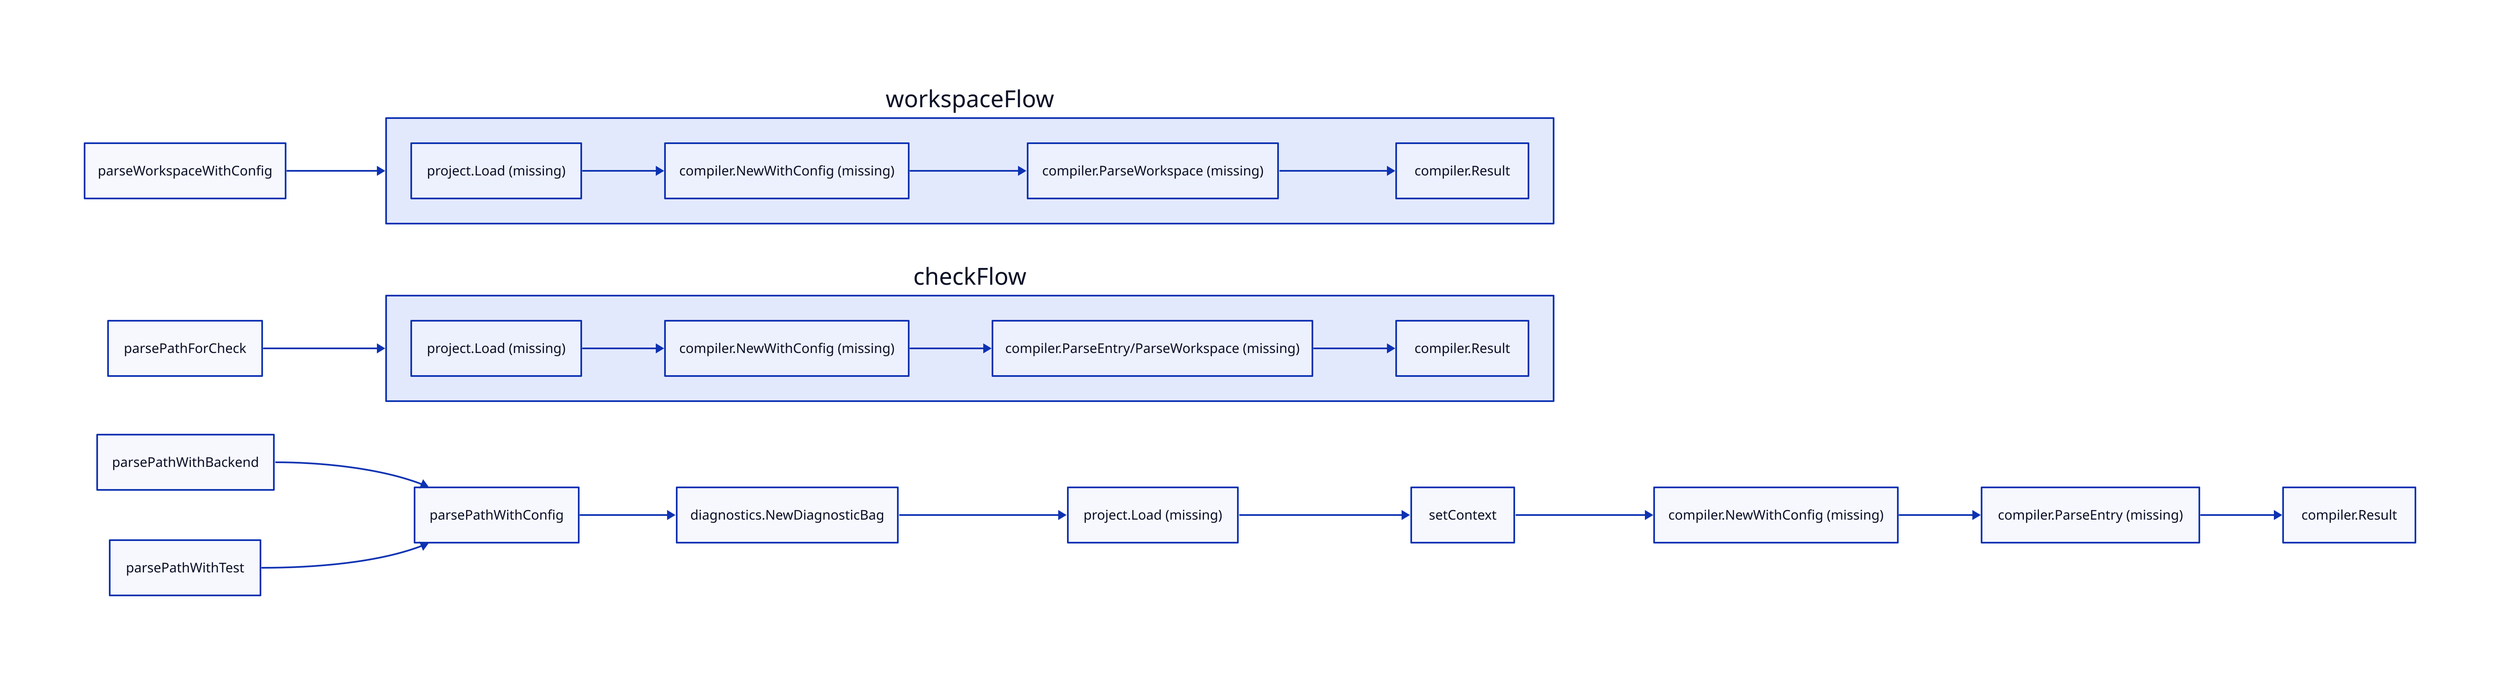
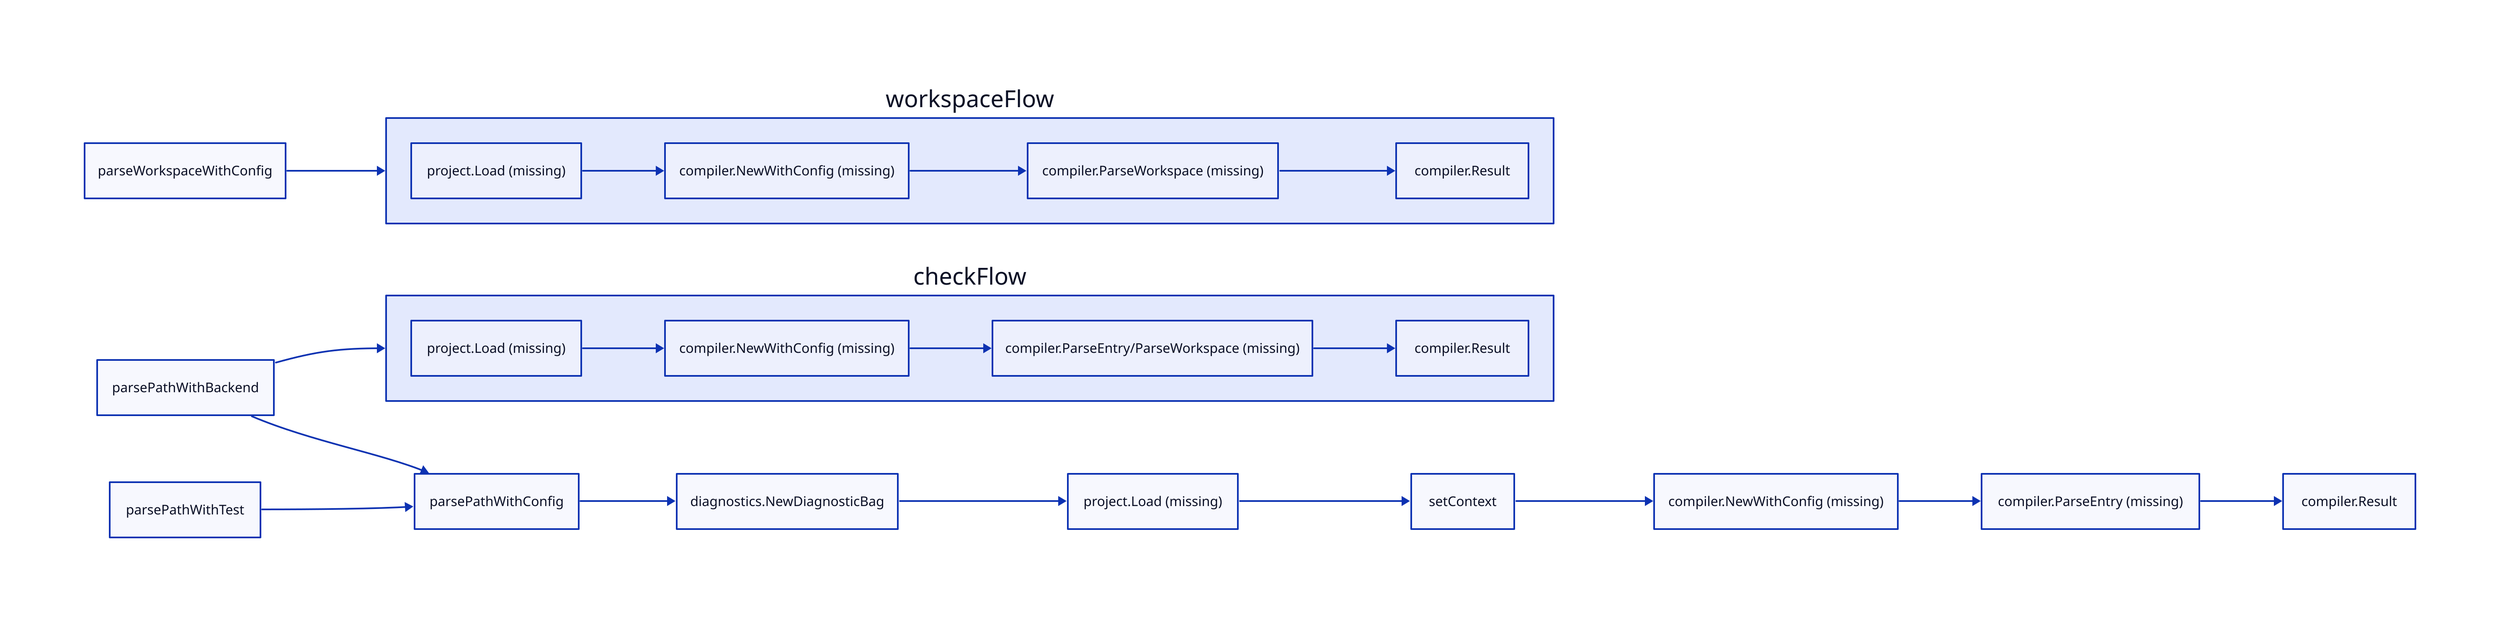
direction: right

parsePathWithBackend -> parsePathWithConfig
parsePathWithTest -> parsePathWithConfig
parseWorkspaceWithConfig -> workspaceFlow
- parsePathForCheck -> checkFlow
+ parsePathWithBackend -> checkFlow

parsePathWithConfig -> "diagnostics.NewDiagnosticBag"
"diagnostics.NewDiagnosticBag" -> "project.Load (missing)"
"project.Load (missing)" -> setContext
setContext -> "compiler.NewWithConfig (missing)"
"compiler.NewWithConfig (missing)" -> "compiler.ParseEntry (missing)"
"compiler.ParseEntry (missing)" -> "compiler.Result"

workspaceFlow: {
  "project.Load (missing)" -> "compiler.NewWithConfig (missing)" -> "compiler.ParseWorkspace (missing)" -> "compiler.Result"
}

checkFlow: {
  "project.Load (missing)" -> "compiler.NewWithConfig (missing)" -> "compiler.ParseEntry/ParseWorkspace (missing)" -> "compiler.Result"
}
